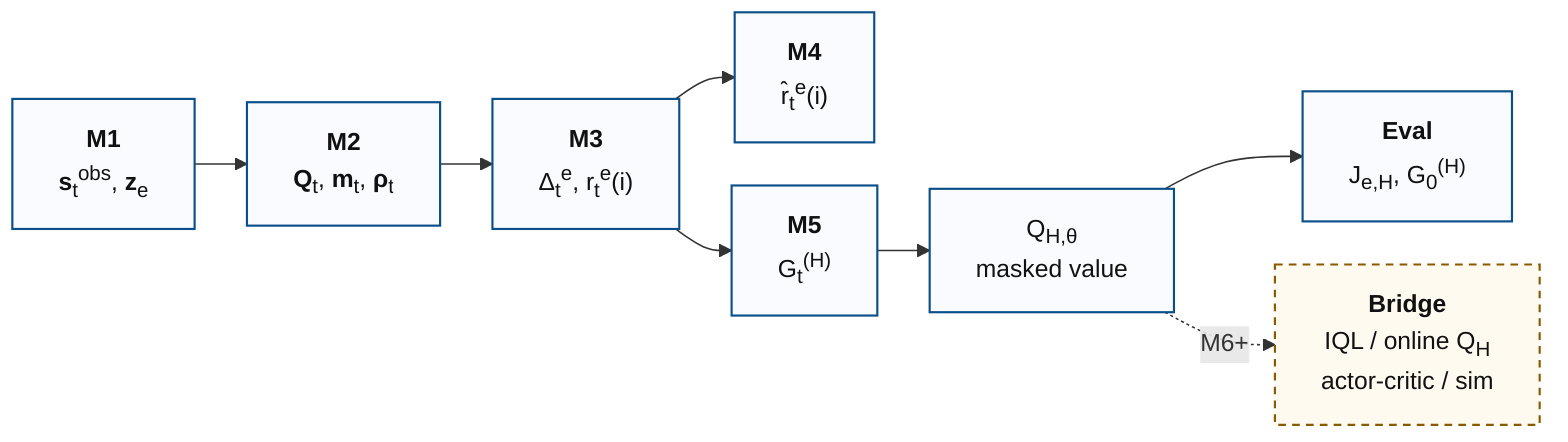
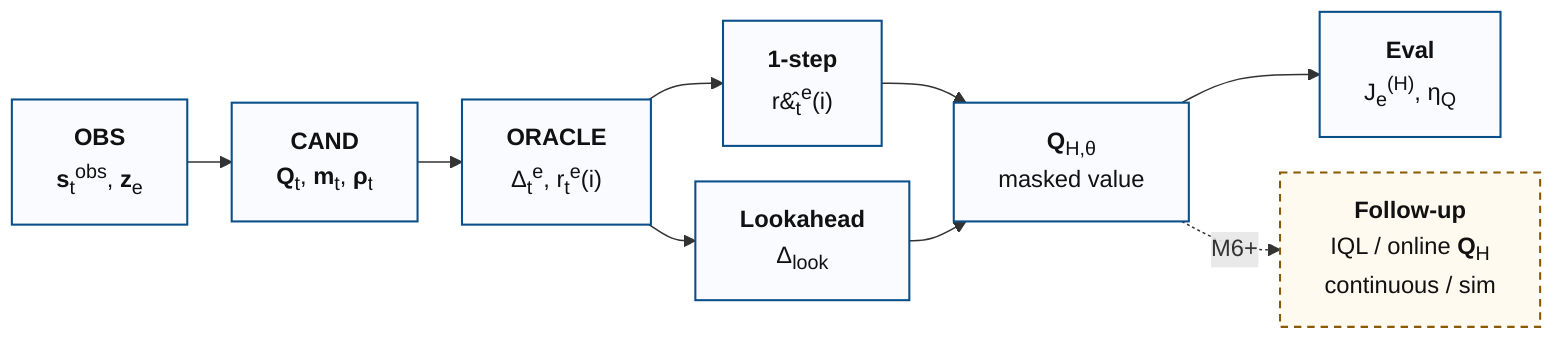
- %%{init: {"flowchart": {"htmlLabels": true, "nodeSpacing": 28, "rankSpacing": 34}}}%%
+ %%{init: {"flowchart": {"htmlLabels": true, "nodeSpacing": 24, "rankSpacing": 30}}}%%
flowchart LR
-   A["<b>M1</b><br/><b>s</b><sub>t</sub><sup>obs</sup>, <b>z</b><sub>e</sub>"] --> B["<b>M2</b><br/><b>Q</b><sub>t</sub>, <b>m</b><sub>t</sub>, <b>ρ</b><sub>t</sub>"]
-   B --> C["<b>M3</b><br/>Δ<sub>t</sub><sup>e</sup>, r<sub>t</sub><sup>e</sup>(i)"]
-   C --> D["<b>M4</b><br/>r̂<sub>t</sub><sup>e</sup>(i)"]
-   C --> E["<b>M5</b><br/>G<sub>t</sub><sup>(H)</sup>"]
-   E --> F["Q<sub>H,θ</sub><br/>masked value"]
-   F --> G["<b>Eval</b><br/>J<sub>e,H</sub>, G<sub>0</sub><sup>(H)</sup>"]
-   F -. "M6+" .-> H["<b>Bridge</b><br/>IQL / online Q<sub>H</sub><br/>actor-critic / sim"]
+   A["<b>OBS</b><br/><b>s</b><sub>t</sub><sup>obs</sup>, <b>z</b><sub>e</sub>"] --> B["<b>CAND</b><br/><b>Q</b><sub>t</sub>, <b>m</b><sub>t</sub>, <b>&rho;</b><sub>t</sub>"]
+   B --> C["<b>ORACLE</b><br/>&Delta;<sub>t</sub><sup>e</sup>, r<sub>t</sub><sup>e</sup>(i)"]
+   C --> D["<b>1-step</b><br/>r&#770;<sub>t</sub><sup>e</sup>(i)"]
+   C --> E["<b>Lookahead</b><br/>&Delta;<sub>look</sub>"]
+   D --> F["<b>Q</b><sub>H,&theta;</sub><br/>masked value"]
+   E --> F
+   F --> G["<b>Eval</b><br/>J<sub>e</sub><sup>(H)</sup>, &eta;<sub>Q</sub>"]
+   F -. "M6+" .-> H["<b>Follow-up</b><br/>IQL / online <b>Q</b><sub>H</sub><br/>continuous / sim"]

  classDef core fill:#f9fbff,stroke:#0b4f8a,stroke-width:1.4px,color:#111;
  classDef bridge fill:#fffaf0,stroke:#8a5a00,stroke-width:1.4px,stroke-dasharray:5 4,color:#111;
  class A,B,C,D,E,F,G core;
  class H bridge;
